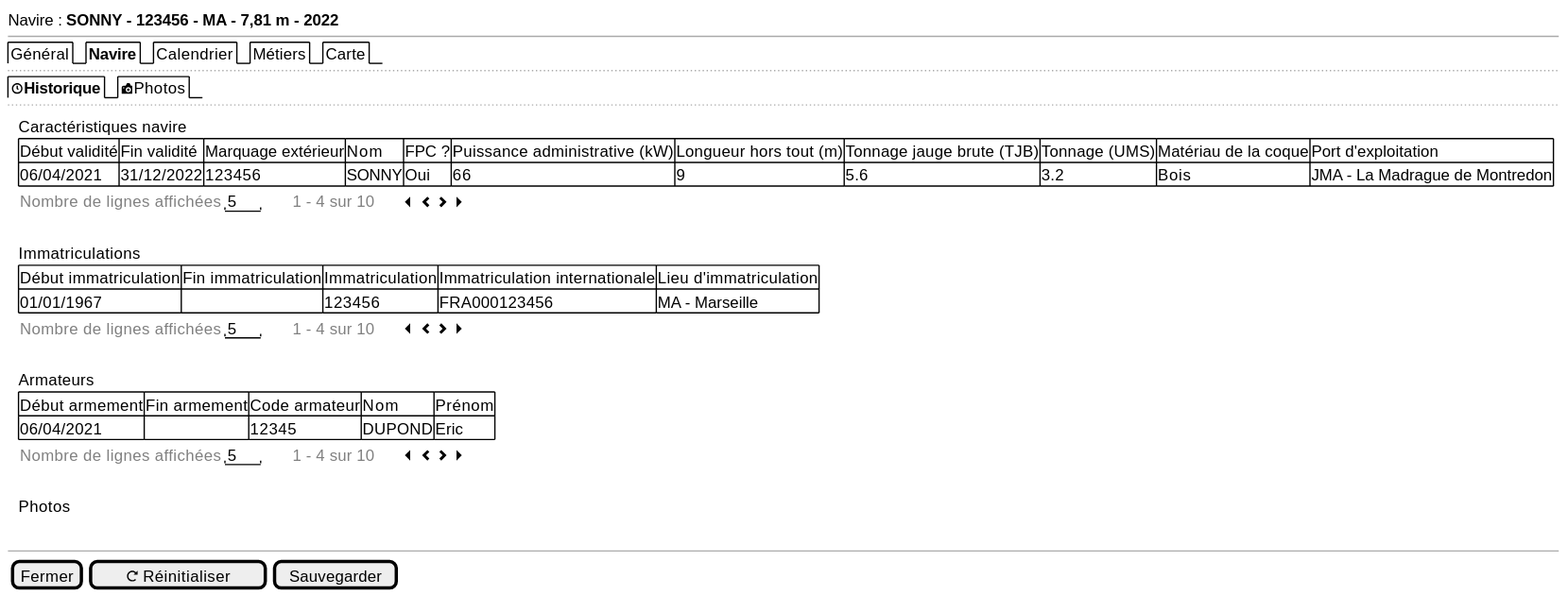
Above: projects/activity-calendar/spe/images/activity-calendar-vessels-history.svg in sumaris-net/sumaris-doc (PlantUML), before the change.
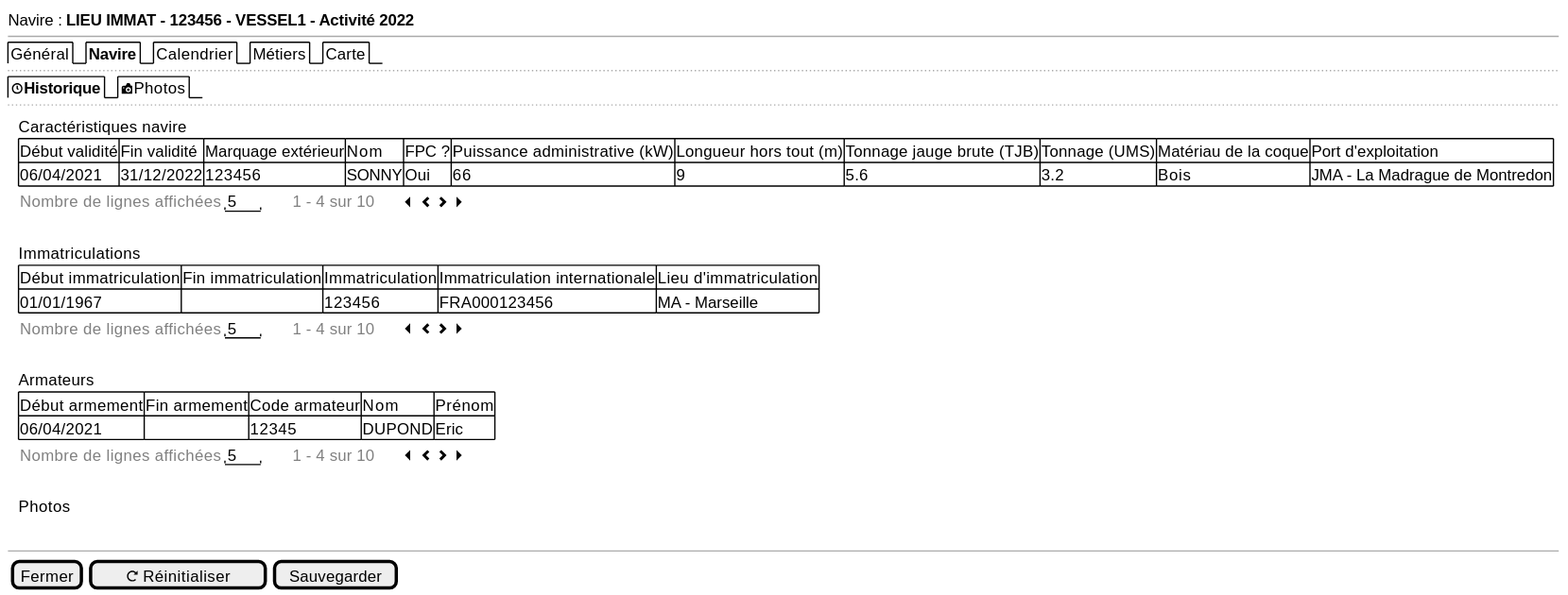
The same file after the commit.

Change to the diagram source:
```diff
@@ -1,6 +1,6 @@
 @startsalt
 {
-  Navire : <b>SONNY - 123456 - MA - 7,81 m - 2022
+  Navire : <b>LIEU IMMAT - 123456 - VESSEL1 - Activité 2022
   --
   {/ Général | <b>Navire | Calendrier | Métiers | Carte}
   ..
```
